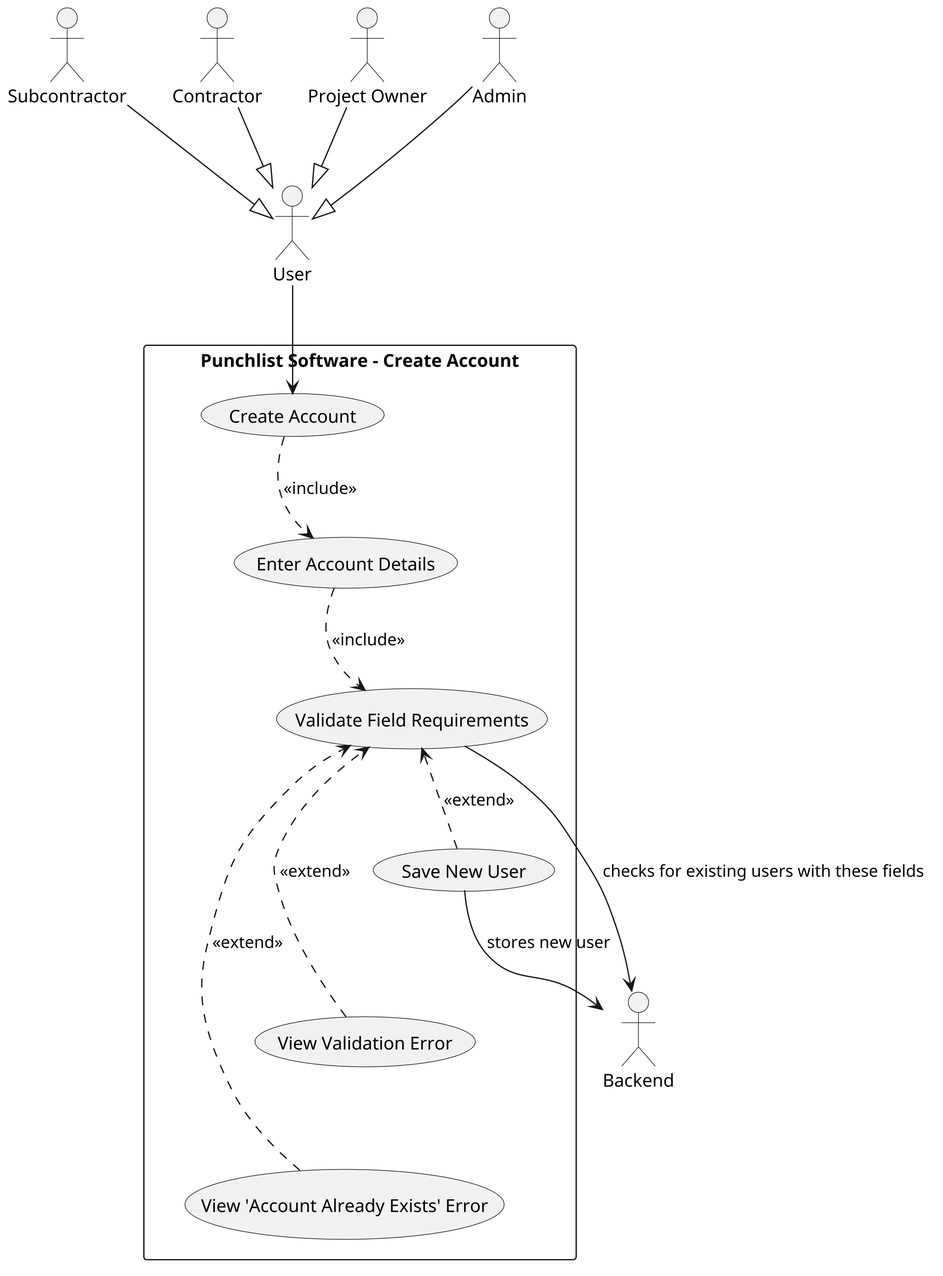
This is Use Cases/Diagrams/use-case-create-account.png from owenwriston/CMSC-447, a PlantUML export, as it was before one commit. Its diagram source:
```plantuml
@startuml
scale 3
top to bottom direction

actor "Subcontractor" as Sub
actor "Contractor" as Con
actor "Project Owner" as Owner
actor "Admin" as Admin
actor "User" as User
actor "Backend" as Back

Sub --|> User
Con --|> User
Owner --|> User
Admin --|> User

rectangle "Punchlist Software - Create Account" {
  usecase "Create Account" as UC0
  usecase "Enter Account Details" as UC0a
  usecase "Validate Field Requirements" as UC0b
  usecase "Save New User" as UC0c
  usecase "View Validation Error" as UC0d
  usecase "View 'Account Already Exists' Error" as UC0f
}

UC0 -[hidden]down-> UC0a
UC0a -[hidden]down-> UC0b
UC0b -[hidden]down-> UC0c
UC0c -[hidden]down-> UC0d
UC0d -[hidden]down-> UC0f

User --> UC0

UC0 .> UC0a : <<include>>
UC0a .> UC0b : <<include>>

UC0c .> UC0b : <<extend>>
UC0d .> UC0b : <<extend>>
UC0f .> UC0b : <<extend>>

UC0b --> Back : checks for existing users with these fields
UC0c --> Back : stores new user

@enduml
```
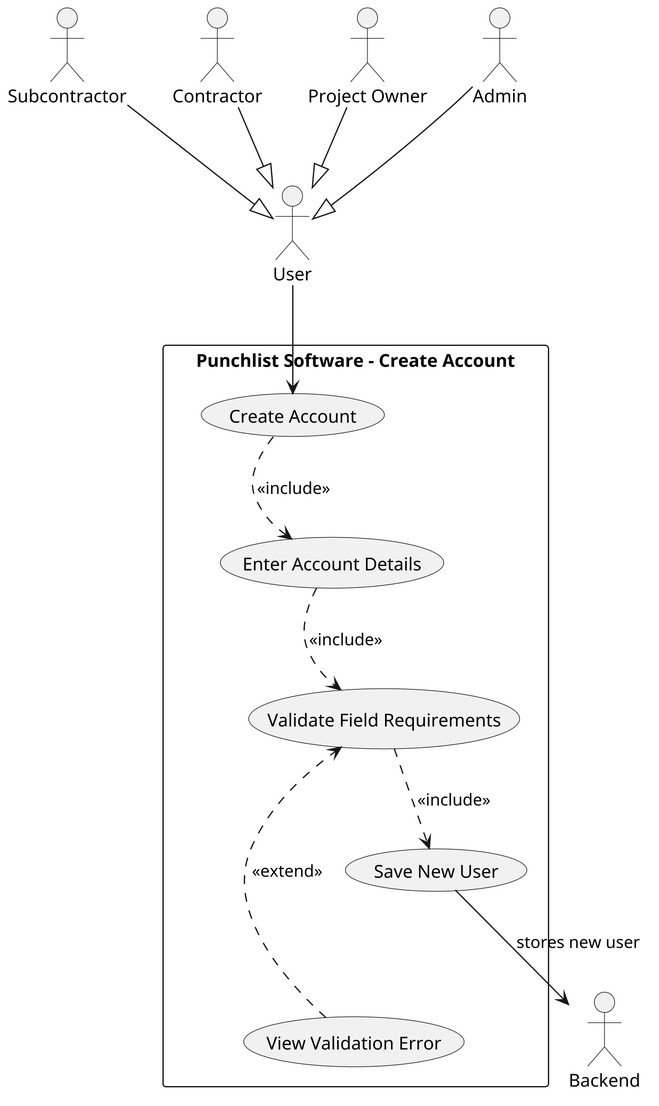
The same diagram one commit later.

Commit message:
use case account update

The edit, as a diff of the source:
```diff
@@ -20,25 +20,21 @@
   usecase "Validate Field Requirements" as UC0b
   usecase "Save New User" as UC0c
   usecase "View Validation Error" as UC0d
-  usecase "View 'Account Already Exists' Error" as UC0f
 }
 
 UC0 -[hidden]down-> UC0a
 UC0a -[hidden]down-> UC0b
 UC0b -[hidden]down-> UC0c
 UC0c -[hidden]down-> UC0d
-UC0d -[hidden]down-> UC0f
 
 User --> UC0
 
 UC0 .> UC0a : <<include>>
 UC0a .> UC0b : <<include>>
 
-UC0c .> UC0b : <<extend>>
+UC0b .> UC0c : <<include>>
 UC0d .> UC0b : <<extend>>
-UC0f .> UC0b : <<extend>>
 
-UC0b --> Back : checks for existing users with these fields
 UC0c --> Back : stores new user
 
 @enduml
```
